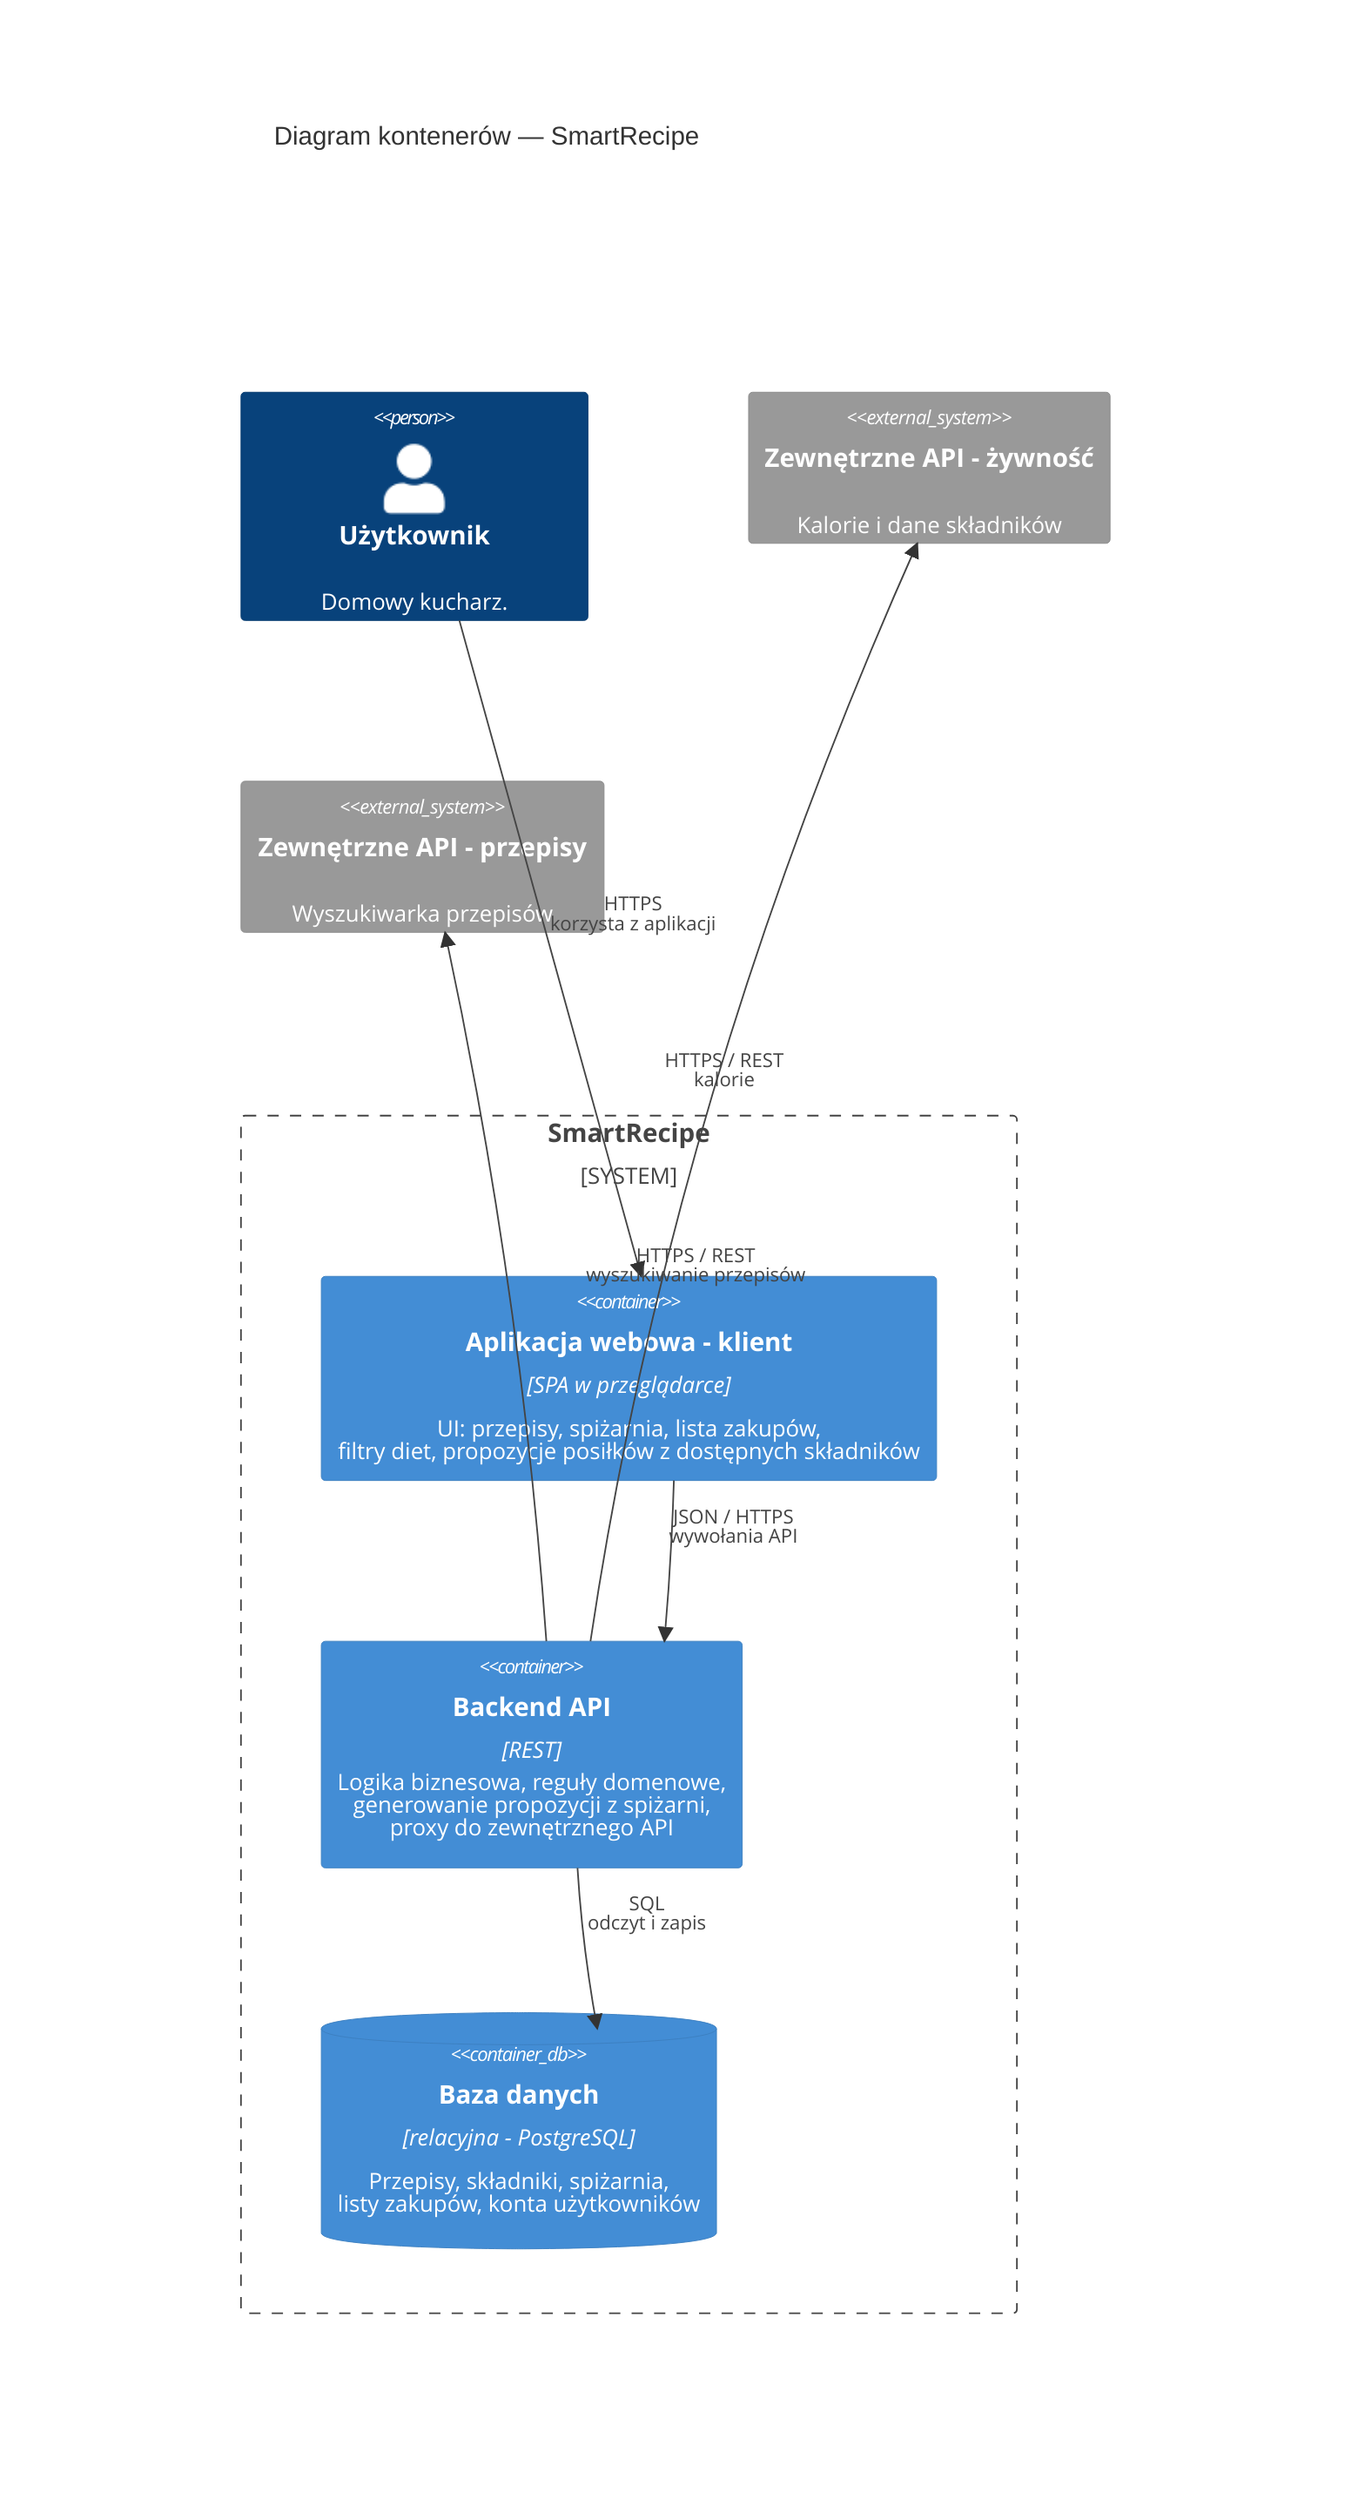
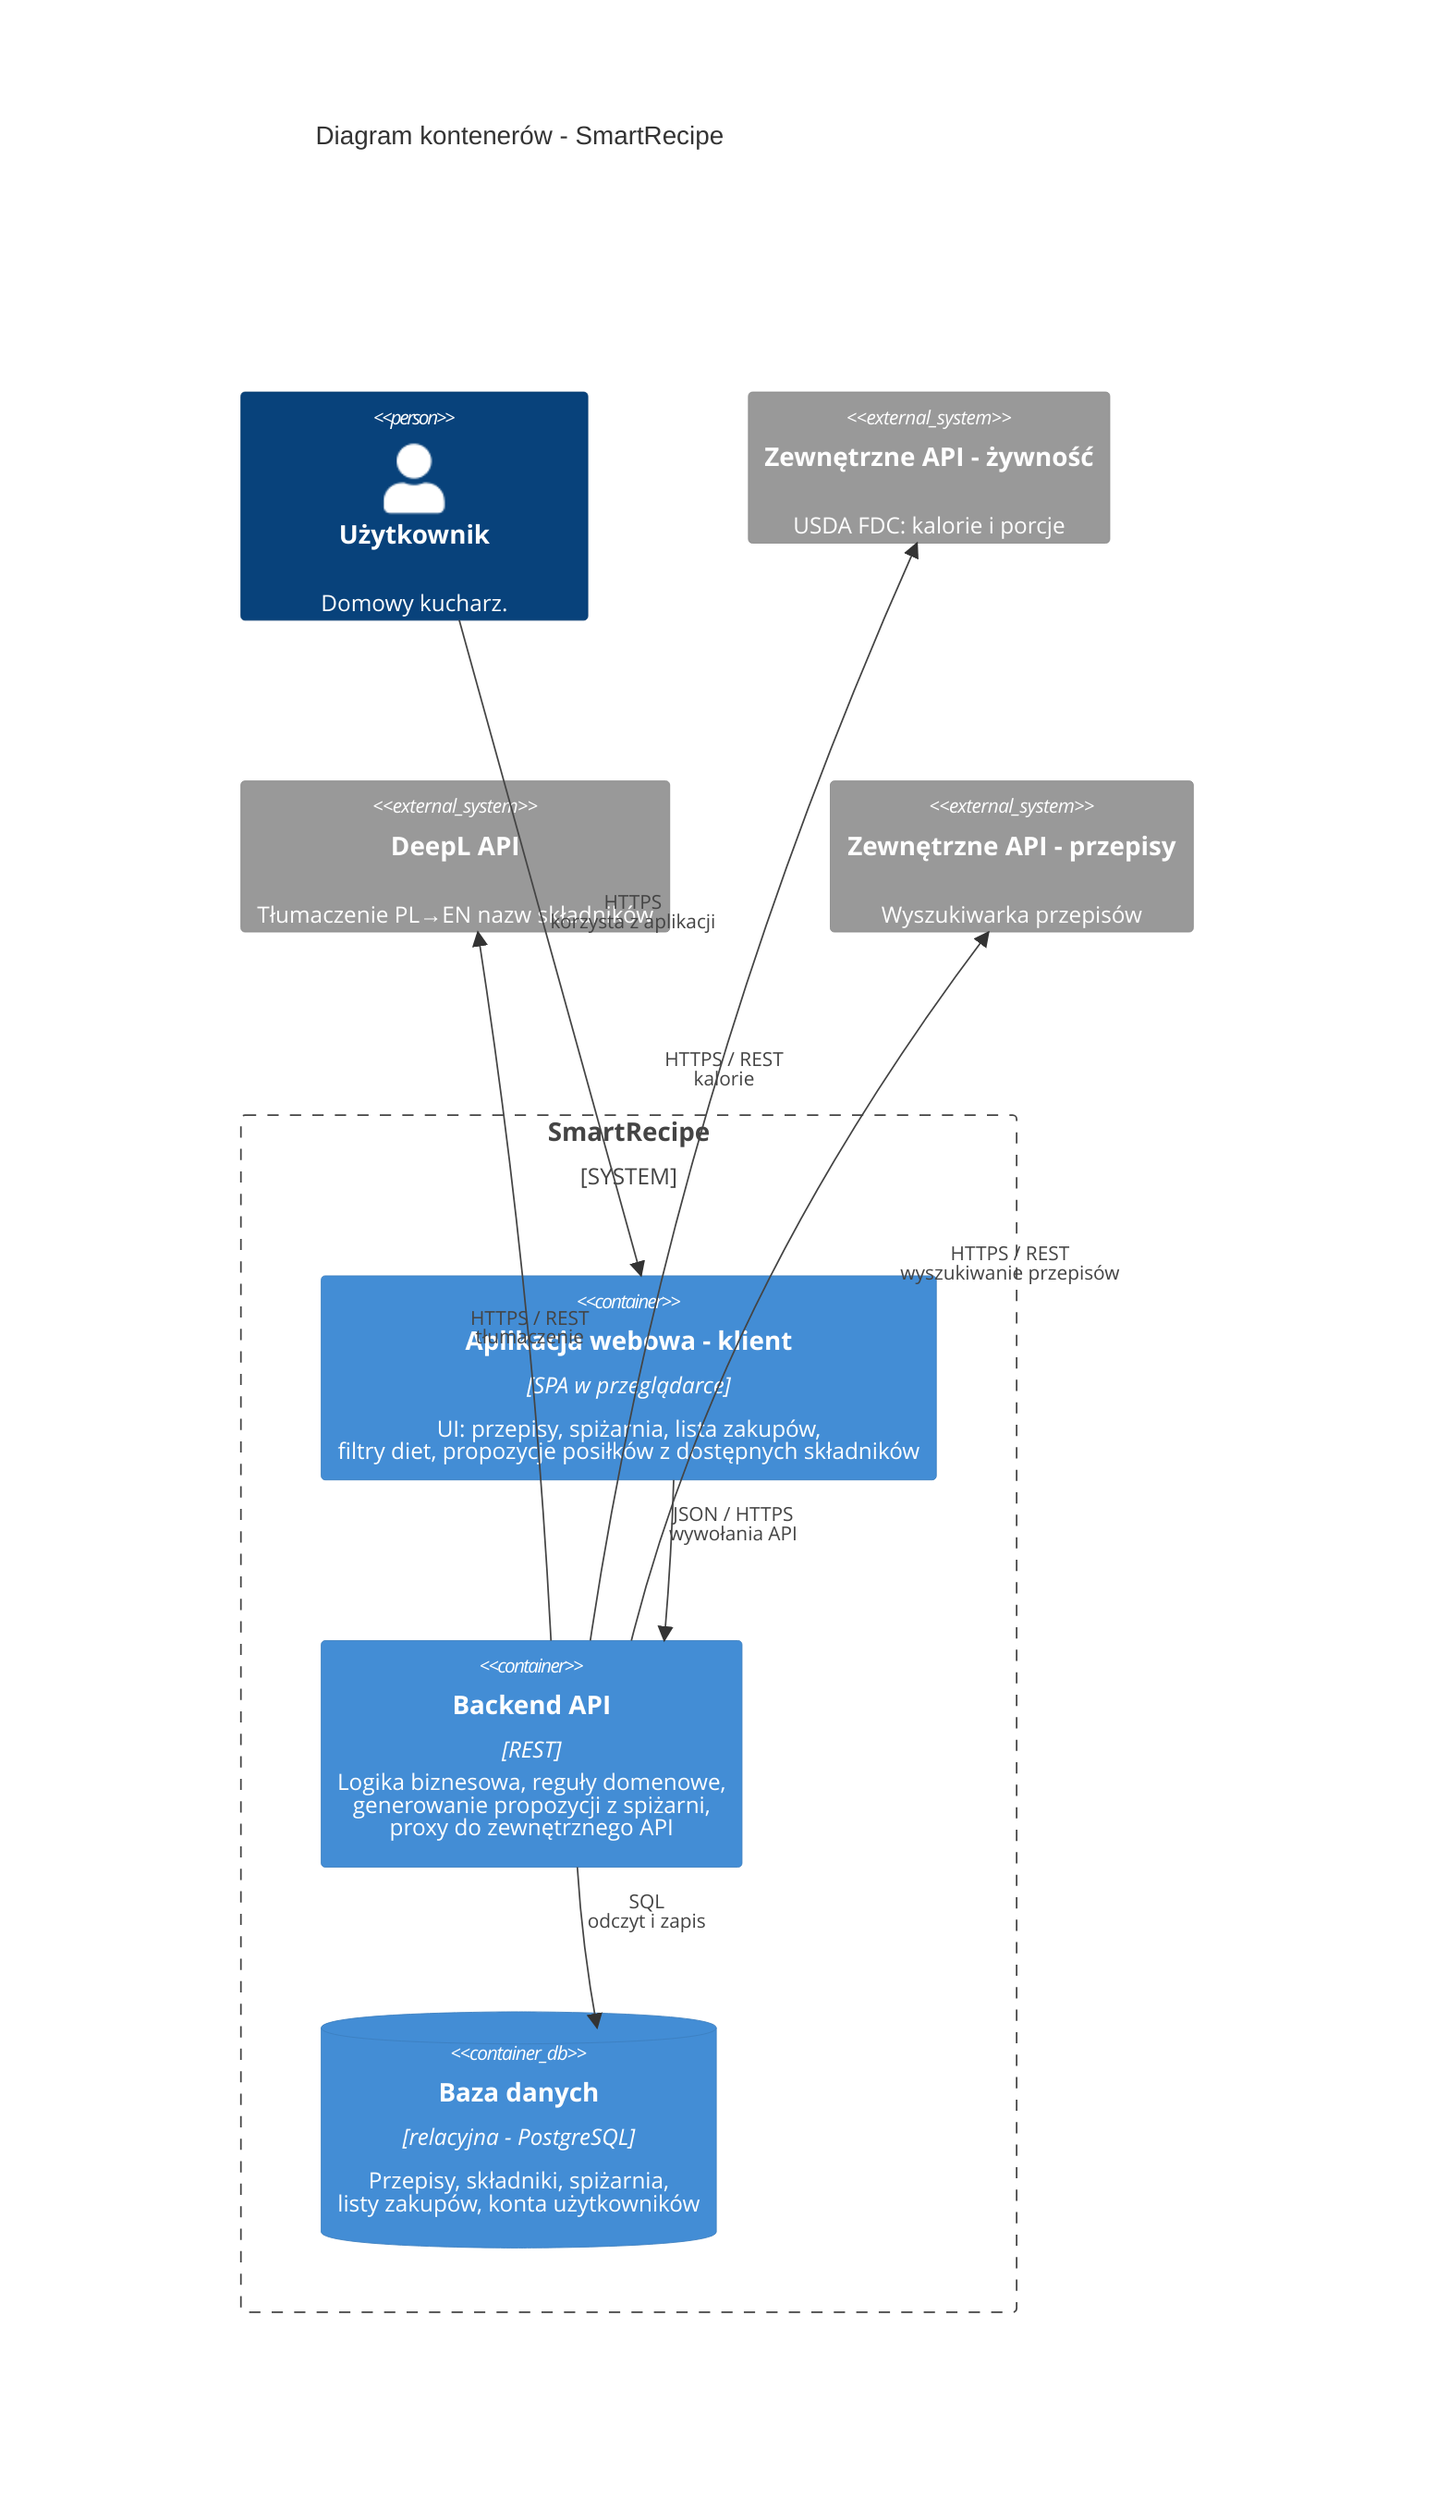
C4Container
-     title Diagram kontenerów — SmartRecipe
+     title Diagram kontenerów - SmartRecipe

    Person(homecook, "Użytkownik", "Domowy kucharz.")

    System_Boundary(sr, "SmartRecipe") {
        Container(web, "Aplikacja webowa - klient", "SPA w przeglądarce", "UI: przepisy, spiżarnia, lista zakupów,<br/>filtry diet, propozycje posiłków z dostępnych składników")
        Container(api, "Backend API", "REST", "Logika biznesowa, reguły domenowe,<br/>generowanie propozycji z spiżarni,<br/>proxy do zewnętrznego API")
        ContainerDb(db, "Baza danych", "relacyjna - PostgreSQL", "Przepisy, składniki, spiżarnia,<br/>listy zakupów, konta użytkowników")
    }

-     System_Ext(nutrition_api, "Zewnętrzne API - żywność", "Kalorie i dane składników")
+     System_Ext(nutrition_api, "Zewnętrzne API - żywność", "USDA FDC: kalorie i porcje")
+     System_Ext(deepl_api, "DeepL API", "Tłumaczenie PL→EN nazw składników")
    System_Ext(recipe_api, "Zewnętrzne API - przepisy", "Wyszukiwarka przepisów")


    Rel(homecook, web, "HTTPS<br/>korzysta z aplikacji")
    Rel(web, api, "JSON / HTTPS<br/>wywołania API")
    Rel(api, db, "SQL<br/>odczyt i zapis")
+     Rel(api, deepl_api, "HTTPS / REST<br/>tłumaczenie")
    Rel(api, nutrition_api, "HTTPS / REST<br/>kalorie")
    Rel(api, recipe_api, "HTTPS / REST<br/>wyszukiwanie przepisów")


    UpdateRelStyle(homecook, web, $offsetY="-24")
    UpdateRelStyle(web, api, $offsetY="-24")
    UpdateRelStyle(api, db, $offsetY="-24")
+     UpdateRelStyle(api, deepl_api, $offsetX="-28", $offsetY="24")
    UpdateRelStyle(api, nutrition_api, $offsetX="-56", $offsetY="-16")
    UpdateRelStyle(api, recipe_api, $offsetX="56", $offsetY="-16")